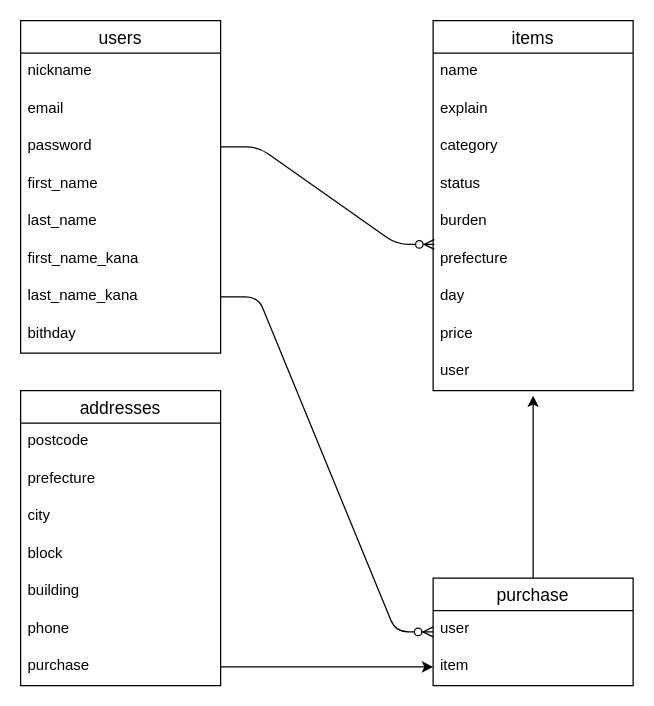
Above: furima.dio in a87Nozaki/furima-31578 (draw.io), before the change. Source tidied: cells renumbered, new cells numbered last; positions are measured from the earlier drawing's top-left corner, leaving out a move shared by most shapes. Both pictures are drawn from the tidied source at 125%, with x=0, y=0 at pixel (20, 20).
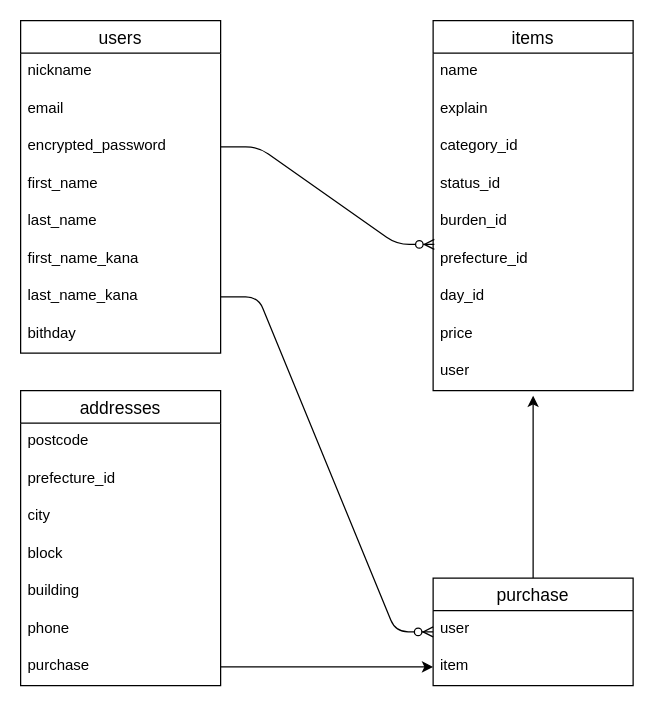
The same page after the edit.

Commit message (it also covers changes not shown here):
カラム名の修正

Unchanged cells that the change refers to:
```xml
<mxCell id="2" value="users" style="swimlane;fontStyle=0;horizontal=1;startSize=26;align=center;fontSize=14;" parent="1" vertex="1">
  <mxGeometry width="160" height="266" as="geometry" />
</mxCell>
<mxCell id="11" value="items" style="swimlane;fontStyle=0;horizontal=1;startSize=26;align=center;fontSize=14;" parent="1" vertex="1">
  <mxGeometry x="330" width="160" height="296" as="geometry" />
</mxCell>
<mxCell id="21" value="addresses" style="swimlane;fontStyle=0;horizontal=1;startSize=26;align=center;fontSize=14;" parent="1" vertex="1">
  <mxGeometry y="296" width="160" height="236" as="geometry" />
</mxCell>
```

The edit, as a diff of the source:
```diff
@@
-    <mxCell id="5" value="password" style="text;strokeColor=none;fillColor=none;spacingLeft=4;spacingRight=4;overflow=hidden;points=[[0,0.5],[1,0.5]];portConstraint=eastwest;fontSize=12;" parent="2" vertex="1">
+    <mxCell id="5" value="encrypted_password" style="text;strokeColor=none;fillColor=none;spacingLeft=4;spacingRight=4;overflow=hidden;points=[[0,0.5],[1,0.5]];portConstraint=eastwest;fontSize=12;" parent="2" vertex="1">
       <mxGeometry y="86" width="160" height="30" as="geometry" />
     </mxCell>
@@
-    <mxCell id="14" value="category" style="text;strokeColor=none;fillColor=none;spacingLeft=4;spacingRight=4;overflow=hidden;fontSize=12;" parent="11" vertex="1">
+    <mxCell id="14" value="category_id" style="text;strokeColor=none;fillColor=none;spacingLeft=4;spacingRight=4;overflow=hidden;fontSize=12;" parent="11" vertex="1">
       <mxGeometry y="86" width="160" height="30" as="geometry" />
     </mxCell>
-    <mxCell id="15" value="status" style="text;strokeColor=none;fillColor=none;spacingLeft=4;spacingRight=4;overflow=hidden;fontSize=12;" parent="11" vertex="1">
+    <mxCell id="15" value="status_id" style="text;strokeColor=none;fillColor=none;spacingLeft=4;spacingRight=4;overflow=hidden;fontSize=12;" parent="11" vertex="1">
       <mxGeometry y="116" width="160" height="30" as="geometry" />
     </mxCell>
-    <mxCell id="16" value="burden" style="text;strokeColor=none;fillColor=none;spacingLeft=4;spacingRight=4;overflow=hidden;fontSize=12;" parent="11" vertex="1">
+    <mxCell id="16" value="burden_id" style="text;strokeColor=none;fillColor=none;spacingLeft=4;spacingRight=4;overflow=hidden;fontSize=12;" parent="11" vertex="1">
       <mxGeometry y="146" width="160" height="30" as="geometry" />
     </mxCell>
-    <mxCell id="17" value="prefecture" style="text;strokeColor=none;fillColor=none;spacingLeft=4;spacingRight=4;overflow=hidden;points=[[0,0.5],[1,0.5]];portConstraint=eastwest;fontSize=12;" parent="11" vertex="1">
+    <mxCell id="17" value="prefecture_id" style="text;strokeColor=none;fillColor=none;spacingLeft=4;spacingRight=4;overflow=hidden;points=[[0,0.5],[1,0.5]];portConstraint=eastwest;fontSize=12;" parent="11" vertex="1">
       <mxGeometry y="176" width="160" height="30" as="geometry" />
     </mxCell>
-    <mxCell id="18" value="day" style="text;strokeColor=none;fillColor=none;spacingLeft=4;spacingRight=4;overflow=hidden;fontSize=12;" parent="11" vertex="1">
+    <mxCell id="18" value="day_id" style="text;strokeColor=none;fillColor=none;spacingLeft=4;spacingRight=4;overflow=hidden;fontSize=12;" parent="11" vertex="1">
       <mxGeometry y="206" width="160" height="30" as="geometry" />
     </mxCell>
@@
-    <mxCell id="23" value="prefecture" style="text;strokeColor=none;fillColor=none;spacingLeft=4;spacingRight=4;overflow=hidden;fontSize=12;" parent="21" vertex="1">
+    <mxCell id="23" value="prefecture_id" style="text;strokeColor=none;fillColor=none;spacingLeft=4;spacingRight=4;overflow=hidden;fontSize=12;" parent="21" vertex="1">
       <mxGeometry y="56" width="160" height="30" as="geometry" />
     </mxCell>
```
